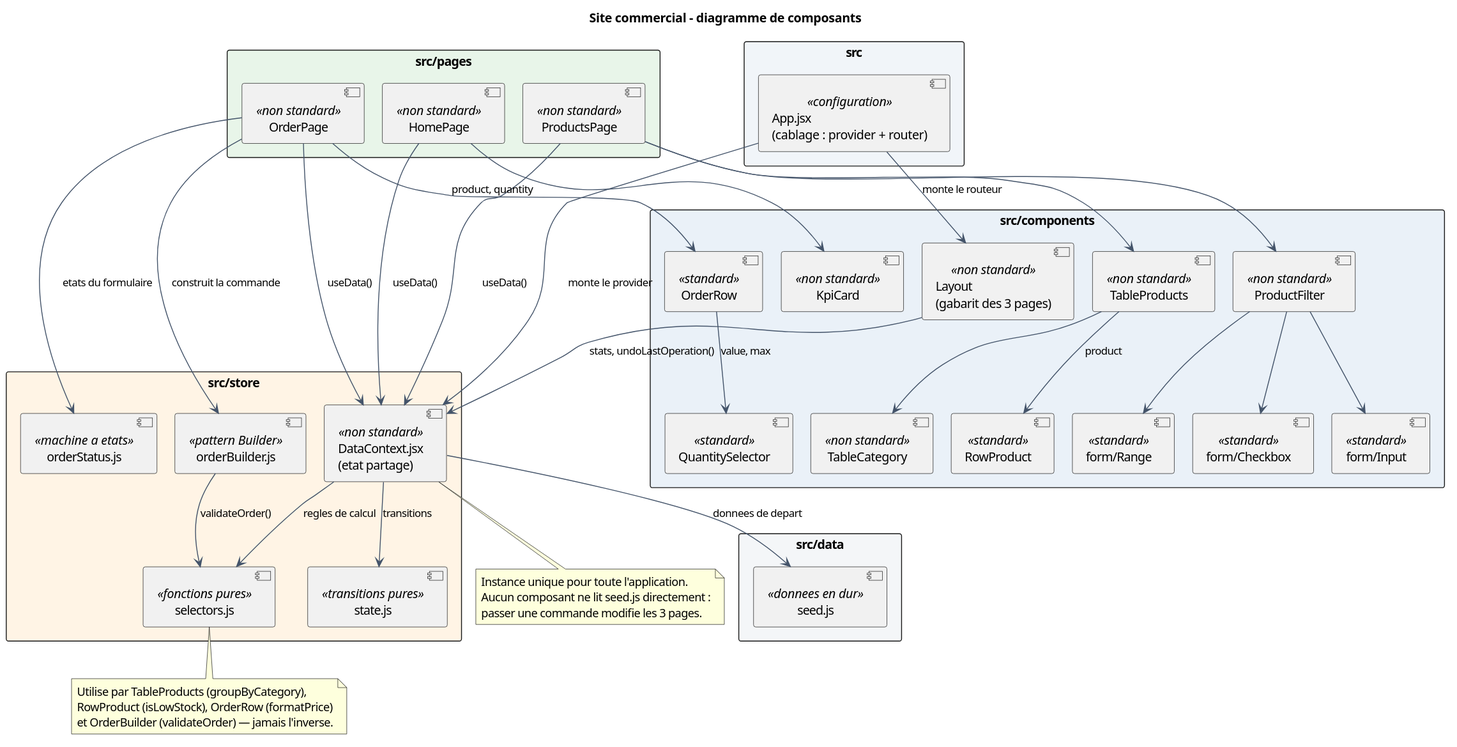
The PlantUML diagram docs/diagrammes/01-diagramme-composants.svg in wenkais196-Gabriel/mini-projet-site-commercial, before a commit.
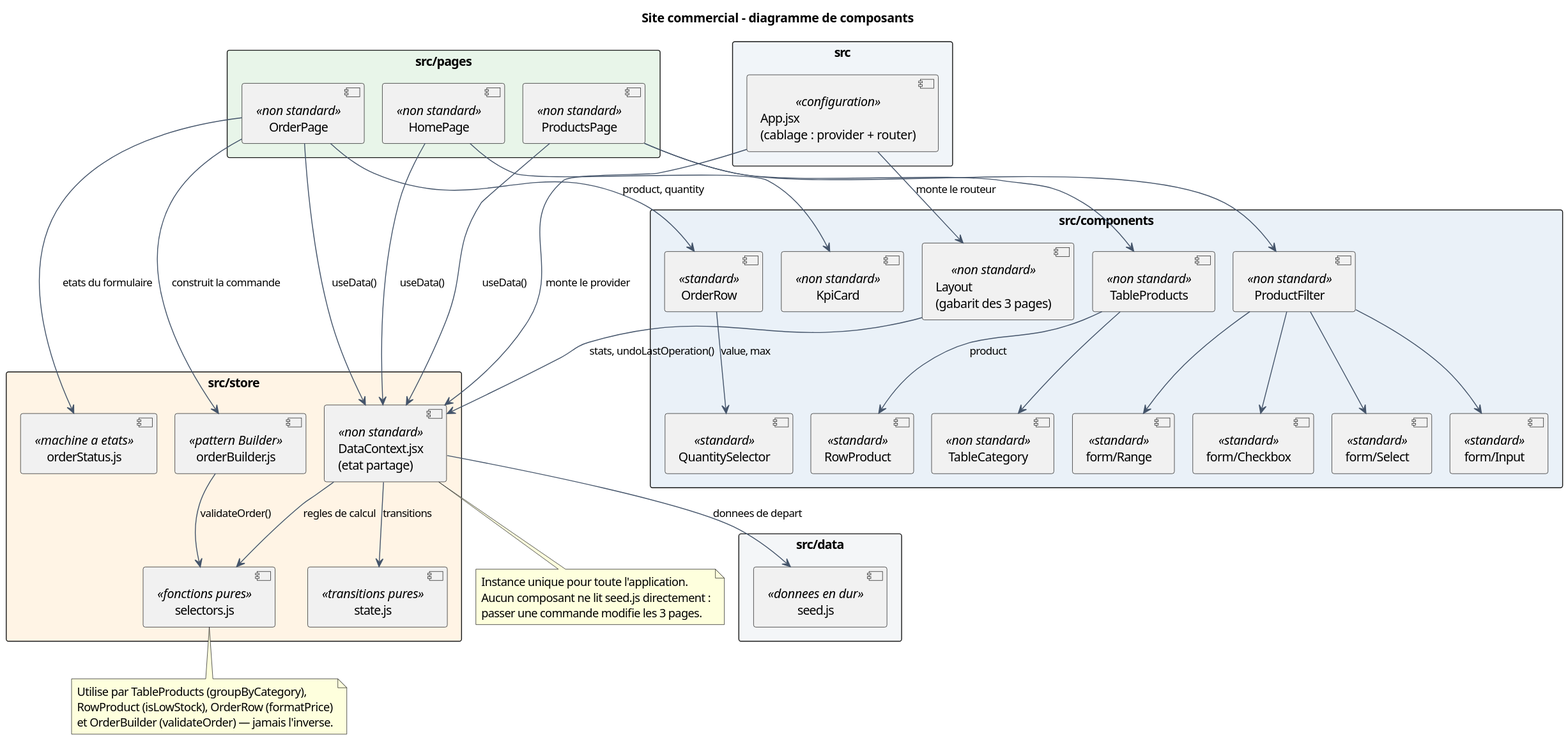
After the commit.

Commit message:
docs: declare l'atome Select dans le compte-rendu, AGENTS et les diagrammes

The edit, as a diff of the source:
```diff
@@ -25,6 +25,7 @@
   component "form/Input" as Input <<standard>>
   component "form/Range" as Range <<standard>>
   component "form/Checkbox" as Check <<standard>>
+  component "form/Select" as Select <<standard>>
   component "KpiCard" as KPI <<non standard>>
   component "ProductFilter" as Filtre <<non standard>>
   component "TableProducts" as Table <<non standard>>
@@ -61,6 +62,7 @@
 Produits --> Table
 Filtre --> Input
 Filtre --> Check
+Filtre --> Select
 Filtre --> Range
 Table --> Cat
 Table --> Row : product
```
